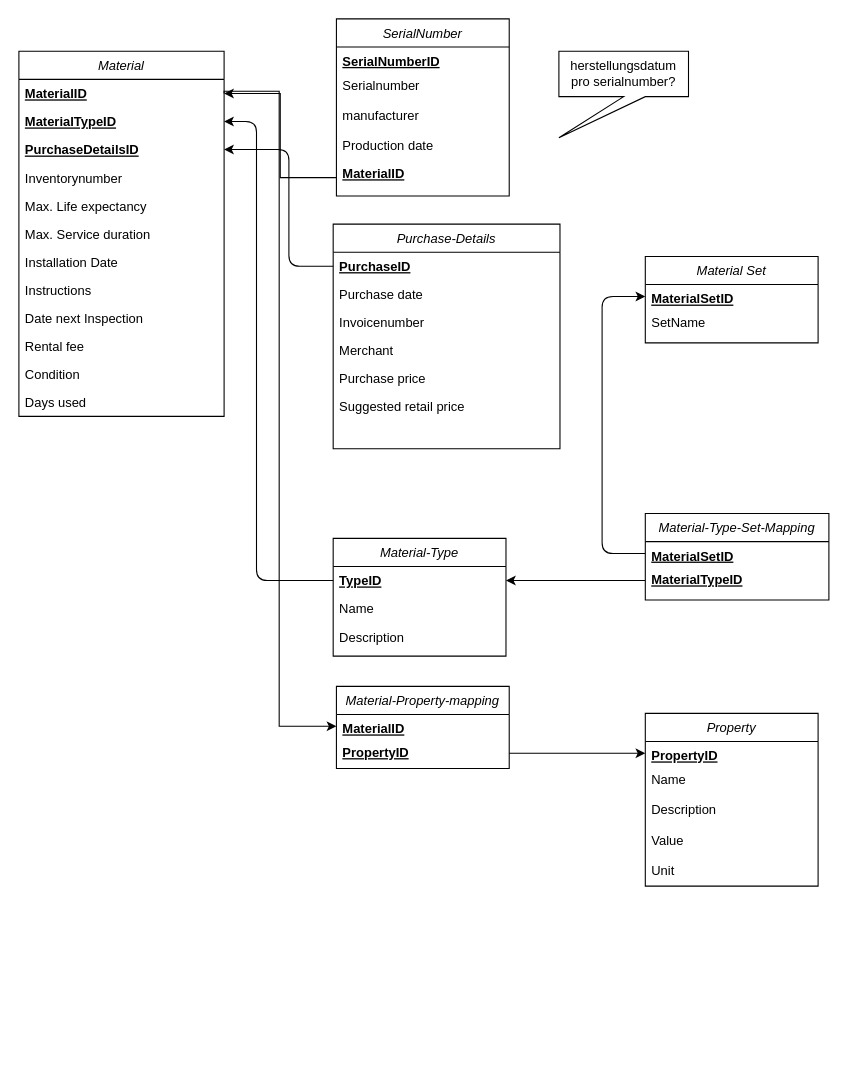
Above: page "Material Modul" (2 of 6) of docs/entity-relationship.drawio in jneuendorf/material-manager (draw.io), before the change. Source tidied: cells renumbered, new cells numbered last; positions are measured from the earlier drawing's top-left corner, leaving out a move shared by most shapes. Both pictures are drawn from the tidied source at 108%, with x=0, y=0 at pixel (18, 18).
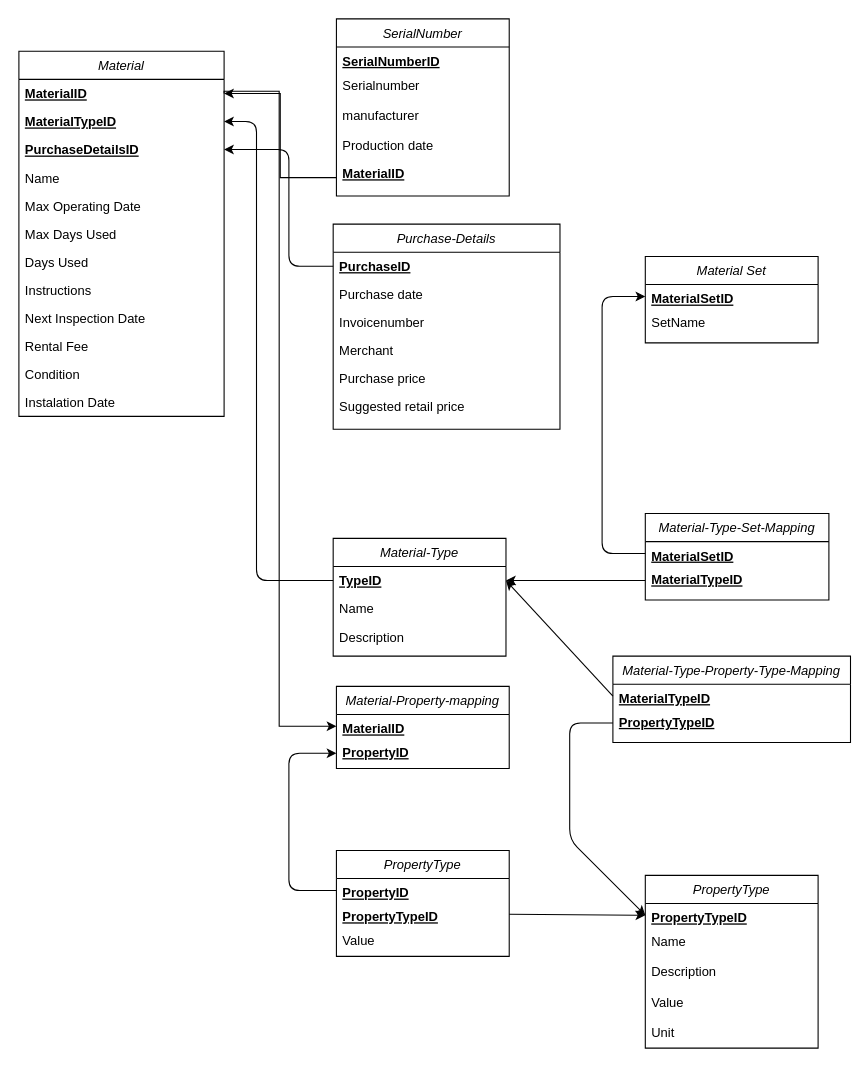
The same page after the edit.

Commit message (it also covers changes not shown here):
updated material module diagramm

The change refers to these unchanged cells:
```xml
<mxCell id="3" value="TypeID" style="text;align=left;verticalAlign=top;spacingLeft=4;spacingRight=4;overflow=hidden;points=[[0,0.5],[1,0.5]];portConstraint=eastwest;fontStyle=5;" parent="2" vertex="1">
  <mxGeometry y="26" width="160" height="26" as="geometry" />
</mxCell>
<mxCell id="6" value="Material" style="swimlane;fontStyle=2;align=center;verticalAlign=top;horizontal=1;startSize=26;rounded=0;shadow=0;strokeWidth=1;" parent="1" vertex="1">
  <mxGeometry y="30" width="190" height="338" as="geometry" />
</mxCell>
<mxCell id="34" value="PropertyID" style="text;align=left;verticalAlign=top;spacingLeft=4;spacingRight=4;overflow=hidden;points=[[0,0.5],[1,0.5]];portConstraint=eastwest;rounded=0;shadow=0;html=0;fontStyle=5;" parent="32" vertex="1">
  <mxGeometry y="48" width="160" height="28" as="geometry" />
</mxCell>
```

Change to the diagram source:
```diff
@@
-    <mxCell id="10" value="Inventorynumber" style="text;align=left;verticalAlign=top;spacingLeft=4;spacingRight=4;overflow=hidden;rounded=0;shadow=0;html=0;" parent="6" vertex="1">
+    <mxCell id="10" value="Name" style="text;align=left;verticalAlign=top;spacingLeft=4;spacingRight=4;overflow=hidden;rounded=0;shadow=0;html=0;" parent="6" vertex="1">
       <mxGeometry y="104" width="190" height="26" as="geometry" />
     </mxCell>
-    <mxCell id="11" value="Max. Life expectancy" style="text;align=left;verticalAlign=top;spacingLeft=4;spacingRight=4;overflow=hidden;rounded=0;shadow=0;html=0;" parent="6" vertex="1">
+    <mxCell id="11" value="Max Operating Date" style="text;align=left;verticalAlign=top;spacingLeft=4;spacingRight=4;overflow=hidden;rounded=0;shadow=0;html=0;" parent="6" vertex="1">
       <mxGeometry y="130" width="190" height="26" as="geometry" />
     </mxCell>
-    <mxCell id="12" value="Max. Service duration" style="text;align=left;verticalAlign=top;spacingLeft=4;spacingRight=4;overflow=hidden;rounded=0;shadow=0;html=0;" parent="6" vertex="1">
+    <mxCell id="12" value="Max Days Used" style="text;align=left;verticalAlign=top;spacingLeft=4;spacingRight=4;overflow=hidden;rounded=0;shadow=0;html=0;" parent="6" vertex="1">
       <mxGeometry y="156" width="190" height="26" as="geometry" />
     </mxCell>
-    <mxCell id="13" value="Installation Date" style="text;align=left;verticalAlign=top;spacingLeft=4;spacingRight=4;overflow=hidden;rounded=0;shadow=0;html=0;" parent="6" vertex="1">
+    <mxCell id="13" value="Days Used" style="text;align=left;verticalAlign=top;spacingLeft=4;spacingRight=4;overflow=hidden;rounded=0;shadow=0;html=0;" parent="6" vertex="1">
       <mxGeometry y="182" width="190" height="26" as="geometry" />
     </mxCell>
@@
-    <mxCell id="15" value="Date next Inspection" style="text;align=left;verticalAlign=top;spacingLeft=4;spacingRight=4;overflow=hidden;rounded=0;shadow=0;html=0;" parent="6" vertex="1">
+    <mxCell id="15" value="Next Inspection Date" style="text;align=left;verticalAlign=top;spacingLeft=4;spacingRight=4;overflow=hidden;rounded=0;shadow=0;html=0;" parent="6" vertex="1">
       <mxGeometry y="234" width="190" height="26" as="geometry" />
     </mxCell>
-    <mxCell id="16" value="Rental fee" style="text;align=left;verticalAlign=top;spacingLeft=4;spacingRight=4;overflow=hidden;rounded=0;shadow=0;html=0;" parent="6" vertex="1">
+    <mxCell id="16" value="Rental Fee" style="text;align=left;verticalAlign=top;spacingLeft=4;spacingRight=4;overflow=hidden;rounded=0;shadow=0;html=0;" parent="6" vertex="1">
       <mxGeometry y="260" width="190" height="26" as="geometry" />
     </mxCell>
@@
-    <mxCell id="18" value="Days used" style="text;align=left;verticalAlign=top;spacingLeft=4;spacingRight=4;overflow=hidden;rounded=0;shadow=0;html=0;" parent="6" vertex="1">
-      <mxGeometry y="312" width="190" height="26" as="geometry" />
-    </mxCell>
+    <mxCell id="55" value="Instalation Date" style="text;align=left;verticalAlign=top;spacingLeft=4;spacingRight=4;overflow=hidden;rounded=0;shadow=0;html=0;" parent="6" vertex="1">
+      <mxGeometry y="312" width="190" height="26" as="geometry" />
+    </mxCell>
     <mxCell id="19" value="Purchase-Details" style="swimlane;fontStyle=2;align=center;verticalAlign=top;horizontal=1;startSize=26;rounded=0;shadow=0;strokeWidth=1;" parent="1" vertex="1">
-      <mxGeometry x="291" y="190" width="210" height="208" as="geometry" />
+      <mxGeometry x="291" y="190" width="210" height="190" as="geometry" />
     </mxCell>
@@
-    <mxCell id="26" value="Property" style="swimlane;fontStyle=2;align=center;verticalAlign=top;horizontal=1;startSize=26;rounded=0;shadow=0;strokeWidth=1;" parent="1" vertex="1">
-      <mxGeometry x="580" y="643" width="160" height="160" as="geometry" />
+    <mxCell id="26" value="PropertyType" style="swimlane;fontStyle=2;align=center;verticalAlign=top;horizontal=1;startSize=26;rounded=0;shadow=0;strokeWidth=1;" parent="1" vertex="1">
+      <mxGeometry x="580" y="793" width="160" height="160" as="geometry" />
     </mxCell>
-    <mxCell id="27" value="PropertyID" style="text;align=left;verticalAlign=top;spacingLeft=4;spacingRight=4;overflow=hidden;points=[[0,0.5],[1,0.5]];portConstraint=eastwest;fontStyle=5;" parent="26" vertex="1">
+    <mxCell id="27" value="PropertyTypeID" style="text;align=left;verticalAlign=top;spacingLeft=4;spacingRight=4;overflow=hidden;points=[[0,0.5],[1,0.5]];portConstraint=eastwest;fontStyle=5;" parent="26" vertex="1">
       <mxGeometry y="26" width="160" height="22" as="geometry" />
     </mxCell>
@@
-    <mxCell id="36" style="edgeStyle=orthogonalEdgeStyle;rounded=0;jettySize=auto;html=1;exitX=1;exitY=0.5;exitDx=0;exitDy=0;entryX=0;entryY=0.5;entryDx=0;entryDy=0;" parent="1" edge="1" source="34" target="27">
-      <mxGeometry relative="1" as="geometry" />
-    </mxCell>
@@
-    <mxCell id="44" value="herstellungsdatum pro serialnumber?" style="shape=callout;whiteSpace=wrap;html=1;perimeter=calloutPerimeter;position2=0;size=38;position=0.5;" parent="1" vertex="1">
-      <mxGeometry x="500" y="30" width="120" height="80" as="geometry" />
-    </mxCell>
@@
+    <mxCell id="56" value="Material-Type-Property-Type-Mapping" style="swimlane;fontStyle=2;align=center;verticalAlign=top;horizontal=1;startSize=26;rounded=0;shadow=0;strokeWidth=1;" parent="1" vertex="1">
+      <mxGeometry x="550" y="590" width="220" height="80" as="geometry" />
+    </mxCell>
+    <mxCell id="57" value="MaterialTypeID" style="text;align=left;verticalAlign=top;spacingLeft=4;spacingRight=4;overflow=hidden;points=[[0,0.5],[1,0.5]];portConstraint=eastwest;fontStyle=5;" parent="56" vertex="1">
+      <mxGeometry y="26" width="220" height="22" as="geometry" />
+    </mxCell>
+    <mxCell id="58" value="PropertyTypeID" style="text;align=left;verticalAlign=top;spacingLeft=4;spacingRight=4;overflow=hidden;points=[[0,0.5],[1,0.5]];portConstraint=eastwest;rounded=0;shadow=0;html=0;fontStyle=5;" parent="56" vertex="1">
+      <mxGeometry y="48" width="220" height="28" as="geometry" />
+    </mxCell>
+    <mxCell id="59" style="edgeStyle=none;html=1;exitX=0;exitY=0.5;exitDx=0;exitDy=0;entryX=0;entryY=0.5;entryDx=0;entryDy=0;" parent="1" edge="1" source="58" target="27">
+      <mxGeometry relative="1" as="geometry">
+        <Array as="points">
+          <mxPoint x="510" y="652" />
+          <mxPoint x="510" y="760" />
+        </Array>
+      </mxGeometry>
+    </mxCell>
+    <mxCell id="60" style="edgeStyle=none;html=1;exitX=0;exitY=0.5;exitDx=0;exitDy=0;entryX=1;entryY=0.5;entryDx=0;entryDy=0;" parent="1" edge="1" source="57" target="3">
+      <mxGeometry relative="1" as="geometry" />
+    </mxCell>
+    <mxCell id="61" value="PropertyType" style="swimlane;fontStyle=2;align=center;verticalAlign=top;horizontal=1;startSize=26;rounded=0;shadow=0;strokeWidth=1;" parent="1" vertex="1">
+      <mxGeometry x="294" y="770" width="160" height="98" as="geometry" />
+    </mxCell>
+    <mxCell id="62" value="PropertyID" style="text;align=left;verticalAlign=top;spacingLeft=4;spacingRight=4;overflow=hidden;points=[[0,0.5],[1,0.5]];portConstraint=eastwest;fontStyle=5;" parent="61" vertex="1">
+      <mxGeometry y="26" width="160" height="22" as="geometry" />
+    </mxCell>
+    <mxCell id="63" value="PropertyTypeID" style="text;align=left;verticalAlign=top;spacingLeft=4;spacingRight=4;overflow=hidden;points=[[0,0.5],[1,0.5]];portConstraint=eastwest;fontStyle=5;" parent="61" vertex="1">
+      <mxGeometry y="48" width="160" height="22" as="geometry" />
+    </mxCell>
+    <mxCell id="64" value="Value" style="text;align=left;verticalAlign=top;spacingLeft=4;spacingRight=4;overflow=hidden;rounded=0;shadow=0;html=0;" parent="61" vertex="1">
+      <mxGeometry y="70" width="160" height="28" as="geometry" />
+    </mxCell>
+    <mxCell id="65" style="edgeStyle=none;html=1;exitX=0;exitY=0.5;exitDx=0;exitDy=0;entryX=0;entryY=0.5;entryDx=0;entryDy=0;" parent="1" edge="1" source="62" target="34">
+      <mxGeometry relative="1" as="geometry">
+        <Array as="points">
+          <mxPoint x="250" y="807" />
+          <mxPoint x="250" y="680" />
+        </Array>
+      </mxGeometry>
+    </mxCell>
+    <mxCell id="66" style="edgeStyle=none;html=1;exitX=1;exitY=0.5;exitDx=0;exitDy=0;entryX=0;entryY=0.5;entryDx=0;entryDy=0;" parent="1" edge="1" source="63" target="27">
+      <mxGeometry relative="1" as="geometry" />
+    </mxCell>
```
